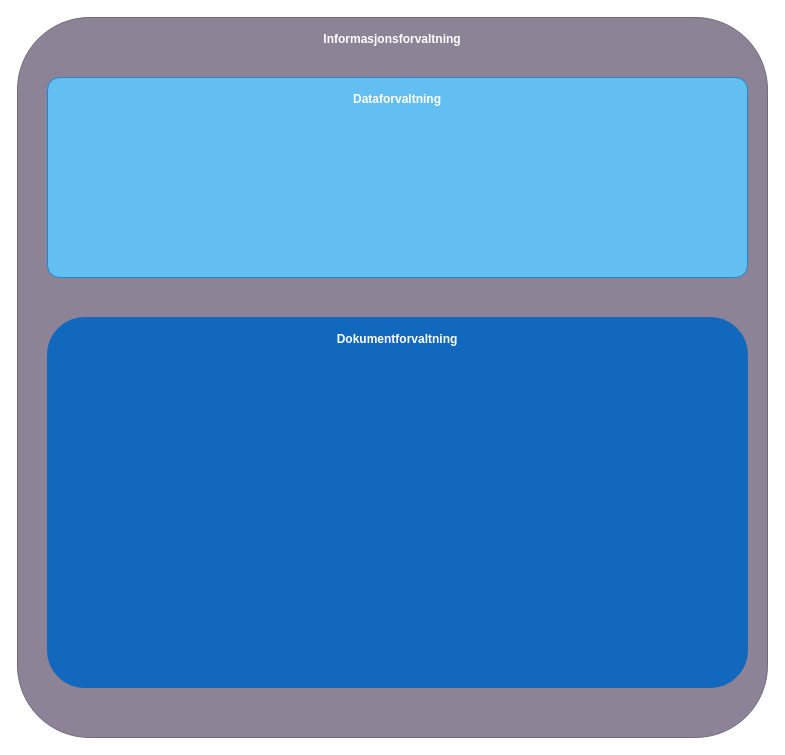
The draw.io diagram page "Informasjonsforvaltning" (15 of 15) of .drawio in mortenee/draw.io, before the edit. Source tidied: cells renumbered, new cells numbered last; positions are measured from the earlier drawing's top-left corner, leaving out a move shared by most shapes. Both pictures are drawn from the tidied source at 100%, with x=0, y=0 at pixel (17, 17).
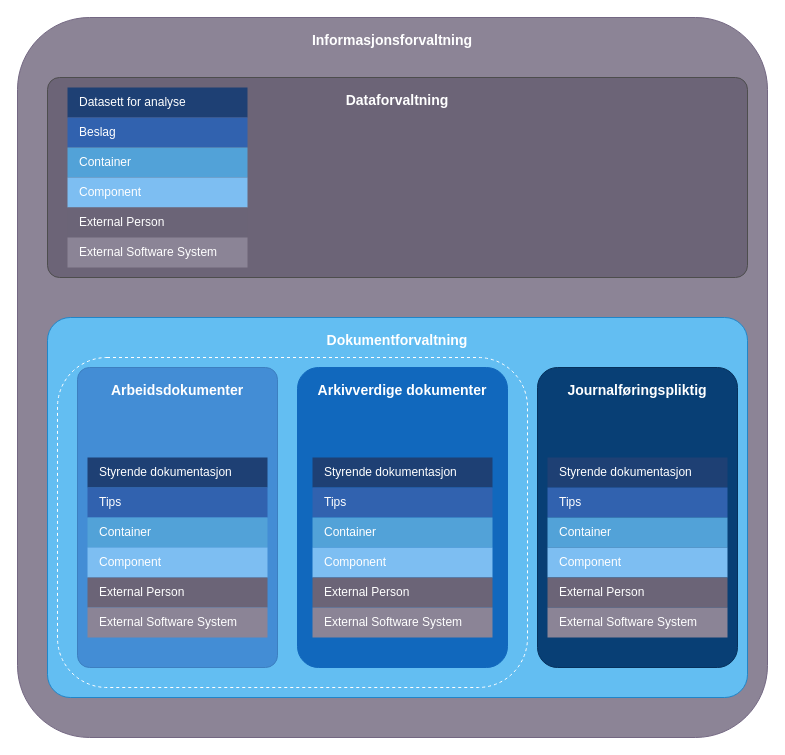
Above is the later version.

Diff of the diagram source:
```diff
@@
-    <object id="2" label="&lt;b&gt;%c4Name%&lt;/b&gt;&lt;div&gt;" c4Name="Informasjonsforvaltning" placeholders="1">
-      <mxCell style="rounded=1;whiteSpace=wrap;html=1;labelBackgroundColor=none;fillColor=#8C8496;align=center;arcSize=10;strokeColor=#736782;metaData={&quot;c4Type&quot;:{&quot;editable&quot;:false}};verticalAlign=top;fontFamily=Helvetica;fontSize=12;fontColor=#ffffff;spacingTop=8;" parent="1" vertex="1">
+    <object id="2" label="&lt;b style=&quot;font-size: 14px;&quot;&gt;%c4Name%&lt;/b&gt;&lt;div style=&quot;font-size: 14px;&quot;&gt;&lt;/div&gt;" c4Name="Informasjonsforvaltning" placeholders="1">
+      <mxCell style="rounded=1;whiteSpace=wrap;html=1;labelBackgroundColor=none;fillColor=#8C8496;align=center;arcSize=10;strokeColor=#736782;metaData={&quot;c4Type&quot;:{&quot;editable&quot;:false}};verticalAlign=top;fontFamily=Helvetica;fontSize=14;fontColor=#ffffff;spacingTop=8;" parent="1" vertex="1">
         <mxGeometry width="750" height="720" as="geometry" />
       </mxCell>
     </object>
-    <object id="3" label="&lt;b&gt;%c4Name%&lt;/b&gt;&lt;div&gt;" c4Name="Dokumentforvaltning" placeholders="1">
-      <mxCell style="rounded=1;whiteSpace=wrap;html=1;labelBackgroundColor=none;fillColor=#1168BD;fontColor=#ffffff;align=center;arcSize=10;strokeColor=#1168BD;metaData={&quot;c4Type&quot;:{&quot;editable&quot;:false}};labelPosition=center;verticalLabelPosition=middle;verticalAlign=top;spacingTop=8;" parent="1" vertex="1">
-        <mxGeometry x="30" y="300" width="700" height="370" as="geometry" />
+    <object id="3" label="&lt;b style=&quot;font-size: 14px;&quot;&gt;%c4Name%&lt;/b&gt;&lt;div style=&quot;font-size: 14px;&quot;&gt;&lt;/div&gt;" c4Name="Dokumentforvaltning" placeholders="1">
+      <mxCell style="rounded=1;whiteSpace=wrap;html=1;labelBackgroundColor=none;fillColor=#63BEF2;fontColor=#ffffff;align=center;arcSize=6;strokeColor=#2086C9;metaData={&quot;c4Type&quot;:{&quot;editable&quot;:false}};labelPosition=center;verticalLabelPosition=middle;verticalAlign=top;spacingTop=8;fontSize=14;fontFamily=Helvetica;" parent="1" vertex="1">
+        <mxGeometry x="30" y="300" width="700" height="380" as="geometry" />
       </mxCell>
     </object>
-    <object id="4" label="&lt;b&gt;%c4Name%&lt;/b&gt;&lt;div&gt;" c4Name="Dataforvaltning" placeholders="1">
-      <mxCell style="rounded=1;whiteSpace=wrap;html=1;labelBackgroundColor=none;fillColor=#63BEF2;fontColor=#ffffff;align=center;arcSize=6;strokeColor=#2086C9;metaData={&quot;c4Type&quot;:{&quot;editable&quot;:false}};labelPosition=center;verticalLabelPosition=middle;verticalAlign=top;fontFamily=Helvetica;fontSize=12;spacingTop=8;" parent="1" vertex="1">
+    <object id="4" label="&lt;b style=&quot;font-size: 14px;&quot;&gt;%c4Name%&lt;/b&gt;&lt;div style=&quot;font-size: 14px;&quot;&gt;&lt;/div&gt;" c4Name="Dataforvaltning" placeholders="1">
+      <mxCell style="rounded=1;whiteSpace=wrap;html=1;labelBackgroundColor=none;fillColor=#6C6477;fontColor=#ffffff;align=center;arcSize=6;strokeColor=#4D4D4D;metaData={&quot;c4Type&quot;:{&quot;editable&quot;:false}};labelPosition=center;verticalLabelPosition=middle;verticalAlign=top;fontFamily=Helvetica;fontSize=14;spacingTop=8;dashed=0;" parent="1" vertex="1">
         <mxGeometry x="30" y="60" width="700" height="200" as="geometry" />
       </mxCell>
     </object>
+    <object id="5" label="&lt;b style=&quot;font-size: 14px;&quot;&gt;%c4Name%&lt;/b&gt;&lt;div style=&quot;font-size: 14px;&quot;&gt;&lt;/div&gt;" c4Name="Journalføringspliktig" placeholders="1">
+      <mxCell style="rounded=1;whiteSpace=wrap;html=1;labelBackgroundColor=none;fillColor=#083F75;fontColor=#ffffff;align=center;arcSize=10;strokeColor=#06315C;metaData={&quot;c4Type&quot;:{&quot;editable&quot;:false}};labelPosition=center;verticalLabelPosition=middle;verticalAlign=top;fontFamily=Helvetica;fontSize=14;spacingTop=8;dashed=0;" parent="1" vertex="1">
+        <mxGeometry x="520" y="350" width="200" height="300" as="geometry" />
+      </mxCell>
+    </object>
+    <mxCell id="6" style="rounded=1;whiteSpace=wrap;html=1;labelBorderColor=none;shadow=0;dashed=1;strokeColor=#ffffff;fillColor=#63bef2;" parent="1" vertex="1">
+      <mxGeometry x="40" y="340" width="470" height="330" as="geometry" />
+    </mxCell>
+    <object id="7" label="&lt;b style=&quot;font-size: 14px;&quot;&gt;%c4Name%&lt;/b&gt;&lt;div style=&quot;font-size: 14px;&quot;&gt;&lt;/div&gt;" c4Name="Arbeidsdokumenter" placeholders="1">
+      <mxCell style="rounded=1;whiteSpace=wrap;html=1;labelBackgroundColor=none;fillColor=#438DD5;fontColor=#ffffff;align=center;arcSize=6;strokeColor=#3C7FC0;metaData={&quot;c4Type&quot;:{&quot;editable&quot;:false}};labelPosition=center;verticalLabelPosition=middle;verticalAlign=top;fontFamily=Helvetica;fontSize=14;spacingTop=8;" parent="1" vertex="1">
+        <mxGeometry x="60" y="350" width="200" height="300" as="geometry" />
+      </mxCell>
+    </object>
+    <object id="8" label="&lt;b style=&quot;font-size: 14px;&quot;&gt;%c4Name%&lt;/b&gt;&lt;div style=&quot;font-size: 14px;&quot;&gt;&lt;/div&gt;" c4Name="Arkivverdige dokumenter" placeholders="1">
+      <mxCell style="rounded=1;whiteSpace=wrap;html=1;labelBackgroundColor=none;fillColor=#1168BD;fontColor=#ffffff;align=center;arcSize=10;strokeColor=#1168BD;metaData={&quot;c4Type&quot;:{&quot;editable&quot;:false}};labelPosition=center;verticalLabelPosition=middle;verticalAlign=top;spacingTop=8;fontSize=14;" parent="1" vertex="1">
+        <mxGeometry x="280" y="350" width="210" height="300" as="geometry" />
+      </mxCell>
+    </object>
+    <mxCell id="9" style="shape=table;startSize=30;childLayout=tableLayout;fontSize=16;align=left;verticalAlign=top;fillColor=none;strokeColor=none;fontColor=#4D4D4D;fontStyle=1;spacingLeft=6;spacing=0;" parent="1" vertex="1">
+      <mxGeometry x="295" y="410" width="180" height="210" as="geometry" />
+    </mxCell>
+    <mxCell id="10" style="shape=tableRow;horizontal=0;startSize=0;swimlaneHead=0;swimlaneBody=0;strokeColor=inherit;top=0;left=0;bottom=0;right=0;fillColor=none;fontSize=12;" parent="9" vertex="1">
+      <mxGeometry y="30" width="180" height="30" as="geometry" />
+    </mxCell>
+    <mxCell id="11" value="Styrende dokumentasjon" style="shape=partialRectangle;html=1;whiteSpace=wrap;strokeColor=inherit;overflow=hidden;fillColor=#1E4074;top=0;left=0;bottom=0;right=0;fontSize=12;align=left;fontColor=#FFFFFF;gradientColor=none;spacingLeft=10;spacingRight=4;" parent="10" vertex="1">
+      <mxGeometry width="180" height="30" as="geometry" />
+    </mxCell>
+    <mxCell id="12" style="shape=tableRow;horizontal=0;startSize=0;swimlaneHead=0;swimlaneBody=0;strokeColor=inherit;top=0;left=0;bottom=0;right=0;fillColor=none;fontSize=12;" parent="9" vertex="1">
+      <mxGeometry y="60" width="180" height="30" as="geometry" />
+    </mxCell>
+    <mxCell id="13" value="Tips" style="shape=partialRectangle;html=1;whiteSpace=wrap;strokeColor=inherit;overflow=hidden;fillColor=#3162AF;top=0;left=0;bottom=0;right=0;fontSize=12;align=left;fontColor=#FFFFFF;gradientColor=none;spacingLeft=10;spacingRight=4;" parent="12" vertex="1">
+      <mxGeometry width="180" height="30" as="geometry" />
+    </mxCell>
+    <mxCell id="14" style="shape=tableRow;horizontal=0;startSize=0;swimlaneHead=0;swimlaneBody=0;strokeColor=inherit;top=0;left=0;bottom=0;right=0;fillColor=none;fontSize=12;" parent="9" vertex="1">
+      <mxGeometry y="90" width="180" height="30" as="geometry" />
+    </mxCell>
+    <mxCell id="15" value="Container" style="shape=partialRectangle;html=1;whiteSpace=wrap;strokeColor=inherit;overflow=hidden;fillColor=#52a2d8;top=0;left=0;bottom=0;right=0;fontSize=12;align=left;fontColor=#FFFFFF;gradientColor=none;spacingLeft=10;spacingRight=4;" parent="14" vertex="1">
+      <mxGeometry width="180" height="30" as="geometry" />
+    </mxCell>
+    <mxCell id="16" style="shape=tableRow;horizontal=0;startSize=0;swimlaneHead=0;swimlaneBody=0;strokeColor=inherit;top=0;left=0;bottom=0;right=0;fillColor=none;fontSize=12;" parent="9" vertex="1">
+      <mxGeometry y="120" width="180" height="30" as="geometry" />
+    </mxCell>
+    <mxCell id="17" value="Component" style="shape=partialRectangle;html=1;whiteSpace=wrap;strokeColor=inherit;overflow=hidden;fillColor=#7dbef2;top=0;left=0;bottom=0;right=0;fontSize=12;align=left;fontColor=#FFFFFF;gradientColor=none;spacingLeft=10;spacingRight=4;" parent="16" vertex="1">
+      <mxGeometry width="180" height="30" as="geometry" />
+    </mxCell>
+    <mxCell id="18" style="shape=tableRow;horizontal=0;startSize=0;swimlaneHead=0;swimlaneBody=0;strokeColor=inherit;top=0;left=0;bottom=0;right=0;fillColor=none;fontSize=12;" parent="9" vertex="1">
+      <mxGeometry y="150" width="180" height="30" as="geometry" />
+    </mxCell>
+    <mxCell id="19" value="External Person" style="shape=partialRectangle;html=1;whiteSpace=wrap;strokeColor=inherit;overflow=hidden;fillColor=#6b6477;top=0;left=0;bottom=0;right=0;fontSize=12;align=left;fontColor=#FFFFFF;gradientColor=none;spacingLeft=10;spacingRight=4;" parent="18" vertex="1">
+      <mxGeometry width="180" height="30" as="geometry" />
+    </mxCell>
+    <mxCell id="20" style="shape=tableRow;horizontal=0;startSize=0;swimlaneHead=0;swimlaneBody=0;strokeColor=inherit;top=0;left=0;bottom=0;right=0;fillColor=none;fontSize=12;" parent="9" vertex="1">
+      <mxGeometry y="180" width="180" height="30" as="geometry" />
+    </mxCell>
+    <mxCell id="21" value="External Software System" style="shape=partialRectangle;html=1;whiteSpace=wrap;strokeColor=inherit;overflow=hidden;fillColor=#8b8496;top=0;left=0;bottom=0;right=0;fontSize=12;align=left;fontColor=#FFFFFF;gradientColor=none;spacingLeft=10;spacingRight=4;" parent="20" vertex="1">
+      <mxGeometry width="180" height="30" as="geometry" />
+    </mxCell>
+    <mxCell id="22" style="shape=table;startSize=30;childLayout=tableLayout;fontSize=16;align=left;verticalAlign=top;fillColor=none;strokeColor=none;fontColor=#4D4D4D;fontStyle=1;spacingLeft=6;spacing=0;" parent="1" vertex="1">
+      <mxGeometry x="70" y="410" width="180" height="210" as="geometry" />
+    </mxCell>
+    <mxCell id="23" style="shape=tableRow;horizontal=0;startSize=0;swimlaneHead=0;swimlaneBody=0;strokeColor=inherit;top=0;left=0;bottom=0;right=0;fillColor=none;fontSize=12;" parent="22" vertex="1">
+      <mxGeometry y="30" width="180" height="30" as="geometry" />
+    </mxCell>
+    <mxCell id="24" value="Styrende dokumentasjon" style="shape=partialRectangle;html=1;whiteSpace=wrap;strokeColor=inherit;overflow=hidden;fillColor=#1E4074;top=0;left=0;bottom=0;right=0;fontSize=12;align=left;fontColor=#FFFFFF;gradientColor=none;spacingLeft=10;spacingRight=4;" parent="23" vertex="1">
+      <mxGeometry width="180" height="30" as="geometry" />
+    </mxCell>
+    <mxCell id="25" style="shape=tableRow;horizontal=0;startSize=0;swimlaneHead=0;swimlaneBody=0;strokeColor=inherit;top=0;left=0;bottom=0;right=0;fillColor=none;fontSize=12;" parent="22" vertex="1">
+      <mxGeometry y="60" width="180" height="30" as="geometry" />
+    </mxCell>
+    <mxCell id="26" value="Tips" style="shape=partialRectangle;html=1;whiteSpace=wrap;strokeColor=inherit;overflow=hidden;fillColor=#3162AF;top=0;left=0;bottom=0;right=0;fontSize=12;align=left;fontColor=#FFFFFF;gradientColor=none;spacingLeft=10;spacingRight=4;" parent="25" vertex="1">
+      <mxGeometry width="180" height="30" as="geometry" />
+    </mxCell>
+    <mxCell id="27" style="shape=tableRow;horizontal=0;startSize=0;swimlaneHead=0;swimlaneBody=0;strokeColor=inherit;top=0;left=0;bottom=0;right=0;fillColor=none;fontSize=12;" parent="22" vertex="1">
+      <mxGeometry y="90" width="180" height="30" as="geometry" />
+    </mxCell>
+    <mxCell id="28" value="Container" style="shape=partialRectangle;html=1;whiteSpace=wrap;strokeColor=inherit;overflow=hidden;fillColor=#52a2d8;top=0;left=0;bottom=0;right=0;fontSize=12;align=left;fontColor=#FFFFFF;gradientColor=none;spacingLeft=10;spacingRight=4;" parent="27" vertex="1">
+      <mxGeometry width="180" height="30" as="geometry" />
+    </mxCell>
+    <mxCell id="29" style="shape=tableRow;horizontal=0;startSize=0;swimlaneHead=0;swimlaneBody=0;strokeColor=inherit;top=0;left=0;bottom=0;right=0;fillColor=none;fontSize=12;" parent="22" vertex="1">
+      <mxGeometry y="120" width="180" height="30" as="geometry" />
+    </mxCell>
+    <mxCell id="30" value="Component" style="shape=partialRectangle;html=1;whiteSpace=wrap;strokeColor=inherit;overflow=hidden;fillColor=#7dbef2;top=0;left=0;bottom=0;right=0;fontSize=12;align=left;fontColor=#FFFFFF;gradientColor=none;spacingLeft=10;spacingRight=4;" parent="29" vertex="1">
+      <mxGeometry width="180" height="30" as="geometry" />
+    </mxCell>
+    <mxCell id="31" style="shape=tableRow;horizontal=0;startSize=0;swimlaneHead=0;swimlaneBody=0;strokeColor=inherit;top=0;left=0;bottom=0;right=0;fillColor=none;fontSize=12;" parent="22" vertex="1">
+      <mxGeometry y="150" width="180" height="30" as="geometry" />
+    </mxCell>
+    <mxCell id="32" value="External Person" style="shape=partialRectangle;html=1;whiteSpace=wrap;strokeColor=inherit;overflow=hidden;fillColor=#6b6477;top=0;left=0;bottom=0;right=0;fontSize=12;align=left;fontColor=#FFFFFF;gradientColor=none;spacingLeft=10;spacingRight=4;" parent="31" vertex="1">
+      <mxGeometry width="180" height="30" as="geometry" />
+    </mxCell>
+    <mxCell id="33" style="shape=tableRow;horizontal=0;startSize=0;swimlaneHead=0;swimlaneBody=0;strokeColor=inherit;top=0;left=0;bottom=0;right=0;fillColor=none;fontSize=12;" parent="22" vertex="1">
+      <mxGeometry y="180" width="180" height="30" as="geometry" />
+    </mxCell>
+    <mxCell id="34" value="External Software System" style="shape=partialRectangle;html=1;whiteSpace=wrap;strokeColor=inherit;overflow=hidden;fillColor=#8b8496;top=0;left=0;bottom=0;right=0;fontSize=12;align=left;fontColor=#FFFFFF;gradientColor=none;spacingLeft=10;spacingRight=4;" parent="33" vertex="1">
+      <mxGeometry width="180" height="30" as="geometry" />
+    </mxCell>
+    <mxCell id="35" style="shape=table;startSize=30;childLayout=tableLayout;fontSize=16;align=left;verticalAlign=top;fillColor=none;strokeColor=none;fontColor=#4D4D4D;fontStyle=1;spacingLeft=6;spacing=0;" parent="1" vertex="1">
+      <mxGeometry x="530" y="410" width="180" height="210" as="geometry" />
+    </mxCell>
+    <mxCell id="36" style="shape=tableRow;horizontal=0;startSize=0;swimlaneHead=0;swimlaneBody=0;strokeColor=inherit;top=0;left=0;bottom=0;right=0;fillColor=none;fontSize=12;" parent="35" vertex="1">
+      <mxGeometry y="30" width="180" height="30" as="geometry" />
+    </mxCell>
+    <mxCell id="37" value="Styrende dokumentasjon" style="shape=partialRectangle;html=1;whiteSpace=wrap;strokeColor=inherit;overflow=hidden;fillColor=#1E4074;top=0;left=0;bottom=0;right=0;fontSize=12;align=left;fontColor=#FFFFFF;gradientColor=none;spacingLeft=10;spacingRight=4;" parent="36" vertex="1">
+      <mxGeometry width="180" height="30" as="geometry" />
+    </mxCell>
+    <mxCell id="38" style="shape=tableRow;horizontal=0;startSize=0;swimlaneHead=0;swimlaneBody=0;strokeColor=inherit;top=0;left=0;bottom=0;right=0;fillColor=none;fontSize=12;" parent="35" vertex="1">
+      <mxGeometry y="60" width="180" height="30" as="geometry" />
+    </mxCell>
+    <mxCell id="39" value="Tips" style="shape=partialRectangle;html=1;whiteSpace=wrap;strokeColor=inherit;overflow=hidden;fillColor=#3162AF;top=0;left=0;bottom=0;right=0;fontSize=12;align=left;fontColor=#FFFFFF;gradientColor=none;spacingLeft=10;spacingRight=4;" parent="38" vertex="1">
+      <mxGeometry width="180" height="30" as="geometry" />
+    </mxCell>
+    <mxCell id="40" style="shape=tableRow;horizontal=0;startSize=0;swimlaneHead=0;swimlaneBody=0;strokeColor=inherit;top=0;left=0;bottom=0;right=0;fillColor=none;fontSize=12;" parent="35" vertex="1">
+      <mxGeometry y="90" width="180" height="30" as="geometry" />
+    </mxCell>
+    <mxCell id="41" value="Container" style="shape=partialRectangle;html=1;whiteSpace=wrap;strokeColor=inherit;overflow=hidden;fillColor=#52a2d8;top=0;left=0;bottom=0;right=0;fontSize=12;align=left;fontColor=#FFFFFF;gradientColor=none;spacingLeft=10;spacingRight=4;" parent="40" vertex="1">
+      <mxGeometry width="180" height="30" as="geometry" />
+    </mxCell>
+    <mxCell id="42" style="shape=tableRow;horizontal=0;startSize=0;swimlaneHead=0;swimlaneBody=0;strokeColor=inherit;top=0;left=0;bottom=0;right=0;fillColor=none;fontSize=12;" parent="35" vertex="1">
+      <mxGeometry y="120" width="180" height="30" as="geometry" />
+    </mxCell>
+    <mxCell id="43" value="Component" style="shape=partialRectangle;html=1;whiteSpace=wrap;strokeColor=inherit;overflow=hidden;fillColor=#7dbef2;top=0;left=0;bottom=0;right=0;fontSize=12;align=left;fontColor=#FFFFFF;gradientColor=none;spacingLeft=10;spacingRight=4;" parent="42" vertex="1">
+      <mxGeometry width="180" height="30" as="geometry" />
+    </mxCell>
+    <mxCell id="44" style="shape=tableRow;horizontal=0;startSize=0;swimlaneHead=0;swimlaneBody=0;strokeColor=inherit;top=0;left=0;bottom=0;right=0;fillColor=none;fontSize=12;" parent="35" vertex="1">
+      <mxGeometry y="150" width="180" height="30" as="geometry" />
+    </mxCell>
+    <mxCell id="45" value="External Person" style="shape=partialRectangle;html=1;whiteSpace=wrap;strokeColor=inherit;overflow=hidden;fillColor=#6b6477;top=0;left=0;bottom=0;right=0;fontSize=12;align=left;fontColor=#FFFFFF;gradientColor=none;spacingLeft=10;spacingRight=4;" parent="44" vertex="1">
+      <mxGeometry width="180" height="30" as="geometry" />
+    </mxCell>
+    <mxCell id="46" style="shape=tableRow;horizontal=0;startSize=0;swimlaneHead=0;swimlaneBody=0;strokeColor=inherit;top=0;left=0;bottom=0;right=0;fillColor=none;fontSize=12;" parent="35" vertex="1">
+      <mxGeometry y="180" width="180" height="30" as="geometry" />
+    </mxCell>
+    <mxCell id="47" value="External Software System" style="shape=partialRectangle;html=1;whiteSpace=wrap;strokeColor=inherit;overflow=hidden;fillColor=#8b8496;top=0;left=0;bottom=0;right=0;fontSize=12;align=left;fontColor=#FFFFFF;gradientColor=none;spacingLeft=10;spacingRight=4;" parent="46" vertex="1">
+      <mxGeometry width="180" height="30" as="geometry" />
+    </mxCell>
+    <mxCell id="48" style="shape=table;startSize=30;childLayout=tableLayout;fontSize=16;align=left;verticalAlign=top;fillColor=none;strokeColor=none;fontColor=#4D4D4D;fontStyle=1;spacingLeft=6;spacing=0;" parent="1" vertex="1">
+      <mxGeometry x="50" y="40" width="180" height="210" as="geometry" />
+    </mxCell>
+    <mxCell id="49" style="shape=tableRow;horizontal=0;startSize=0;swimlaneHead=0;swimlaneBody=0;strokeColor=inherit;top=0;left=0;bottom=0;right=0;fillColor=none;fontSize=12;" parent="48" vertex="1">
+      <mxGeometry y="30" width="180" height="30" as="geometry" />
+    </mxCell>
+    <mxCell id="50" value="Datasett for analyse" style="shape=partialRectangle;html=1;whiteSpace=wrap;strokeColor=inherit;overflow=hidden;fillColor=#1E4074;top=0;left=0;bottom=0;right=0;fontSize=12;align=left;fontColor=#FFFFFF;gradientColor=none;spacingLeft=10;spacingRight=4;" parent="49" vertex="1">
+      <mxGeometry width="180" height="30" as="geometry" />
+    </mxCell>
+    <mxCell id="51" style="shape=tableRow;horizontal=0;startSize=0;swimlaneHead=0;swimlaneBody=0;strokeColor=inherit;top=0;left=0;bottom=0;right=0;fillColor=none;fontSize=12;" parent="48" vertex="1">
+      <mxGeometry y="60" width="180" height="30" as="geometry" />
+    </mxCell>
+    <mxCell id="52" value="Beslag" style="shape=partialRectangle;html=1;whiteSpace=wrap;strokeColor=inherit;overflow=hidden;fillColor=#3162AF;top=0;left=0;bottom=0;right=0;fontSize=12;align=left;fontColor=#FFFFFF;gradientColor=none;spacingLeft=10;spacingRight=4;" parent="51" vertex="1">
+      <mxGeometry width="180" height="30" as="geometry" />
+    </mxCell>
+    <mxCell id="53" style="shape=tableRow;horizontal=0;startSize=0;swimlaneHead=0;swimlaneBody=0;strokeColor=inherit;top=0;left=0;bottom=0;right=0;fillColor=none;fontSize=12;" parent="48" vertex="1">
+      <mxGeometry y="90" width="180" height="30" as="geometry" />
+    </mxCell>
+    <mxCell id="54" value="Container" style="shape=partialRectangle;html=1;whiteSpace=wrap;strokeColor=inherit;overflow=hidden;fillColor=#52a2d8;top=0;left=0;bottom=0;right=0;fontSize=12;align=left;fontColor=#FFFFFF;gradientColor=none;spacingLeft=10;spacingRight=4;" parent="53" vertex="1">
+      <mxGeometry width="180" height="30" as="geometry" />
+    </mxCell>
+    <mxCell id="55" style="shape=tableRow;horizontal=0;startSize=0;swimlaneHead=0;swimlaneBody=0;strokeColor=inherit;top=0;left=0;bottom=0;right=0;fillColor=none;fontSize=12;" parent="48" vertex="1">
+      <mxGeometry y="120" width="180" height="30" as="geometry" />
+    </mxCell>
+    <mxCell id="56" value="Component" style="shape=partialRectangle;html=1;whiteSpace=wrap;strokeColor=inherit;overflow=hidden;fillColor=#7dbef2;top=0;left=0;bottom=0;right=0;fontSize=12;align=left;fontColor=#FFFFFF;gradientColor=none;spacingLeft=10;spacingRight=4;" parent="55" vertex="1">
+      <mxGeometry width="180" height="30" as="geometry" />
+    </mxCell>
+    <mxCell id="57" style="shape=tableRow;horizontal=0;startSize=0;swimlaneHead=0;swimlaneBody=0;strokeColor=inherit;top=0;left=0;bottom=0;right=0;fillColor=none;fontSize=12;" parent="48" vertex="1">
+      <mxGeometry y="150" width="180" height="30" as="geometry" />
+    </mxCell>
+    <mxCell id="58" value="External Person" style="shape=partialRectangle;html=1;whiteSpace=wrap;strokeColor=inherit;overflow=hidden;fillColor=#6b6477;top=0;left=0;bottom=0;right=0;fontSize=12;align=left;fontColor=#FFFFFF;gradientColor=none;spacingLeft=10;spacingRight=4;" parent="57" vertex="1">
+      <mxGeometry width="180" height="30" as="geometry" />
+    </mxCell>
+    <mxCell id="59" style="shape=tableRow;horizontal=0;startSize=0;swimlaneHead=0;swimlaneBody=0;strokeColor=inherit;top=0;left=0;bottom=0;right=0;fillColor=none;fontSize=12;" parent="48" vertex="1">
+      <mxGeometry y="180" width="180" height="30" as="geometry" />
+    </mxCell>
+    <mxCell id="60" value="External Software System" style="shape=partialRectangle;html=1;whiteSpace=wrap;strokeColor=inherit;overflow=hidden;fillColor=#8b8496;top=0;left=0;bottom=0;right=0;fontSize=12;align=left;fontColor=#FFFFFF;gradientColor=none;spacingLeft=10;spacingRight=4;" parent="59" vertex="1">
+      <mxGeometry width="180" height="30" as="geometry" />
+    </mxCell>
```
